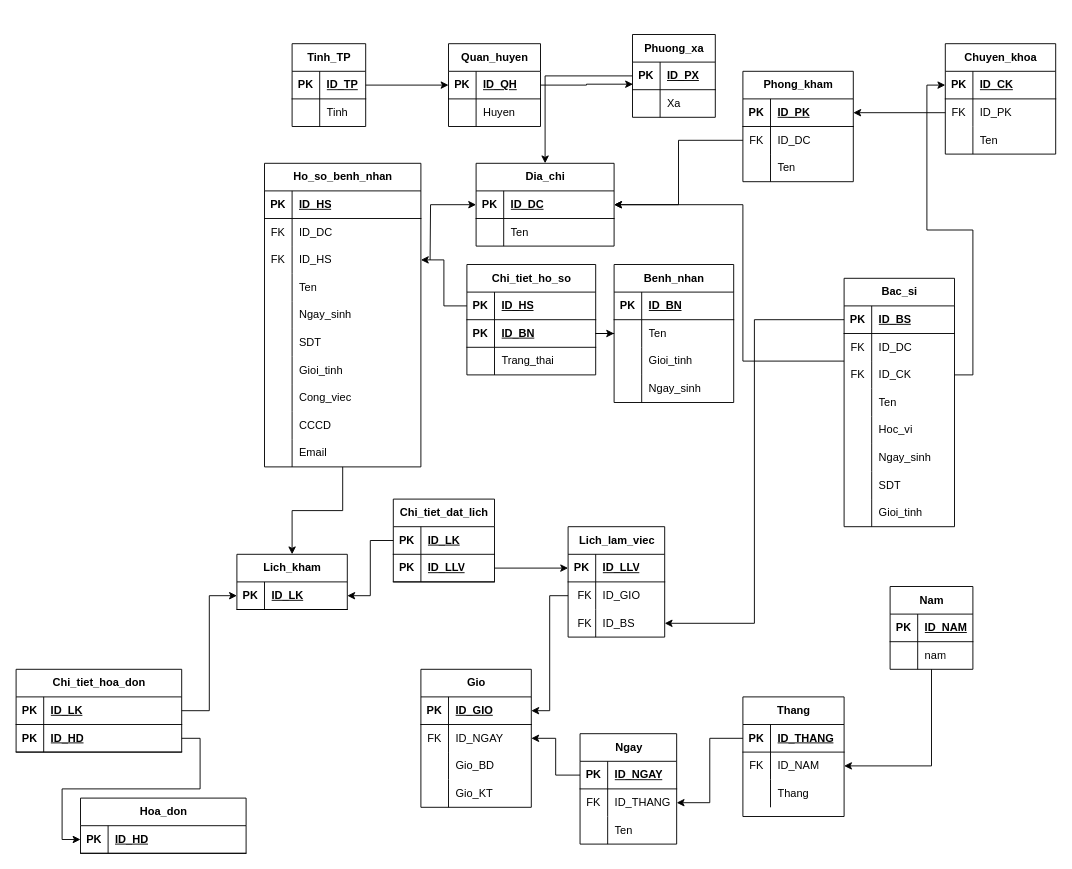
Before: Untitled1 Diagram.drawio in PhuThuan/test1, a draw.io diagram. Source tidied: cells renumbered, new cells numbered last; positions are measured from the earlier drawing's top-left corner, leaving out a move shared by most shapes. Both pictures are drawn from the tidied source at 92%, with x=0, y=0 at pixel (16, 34).
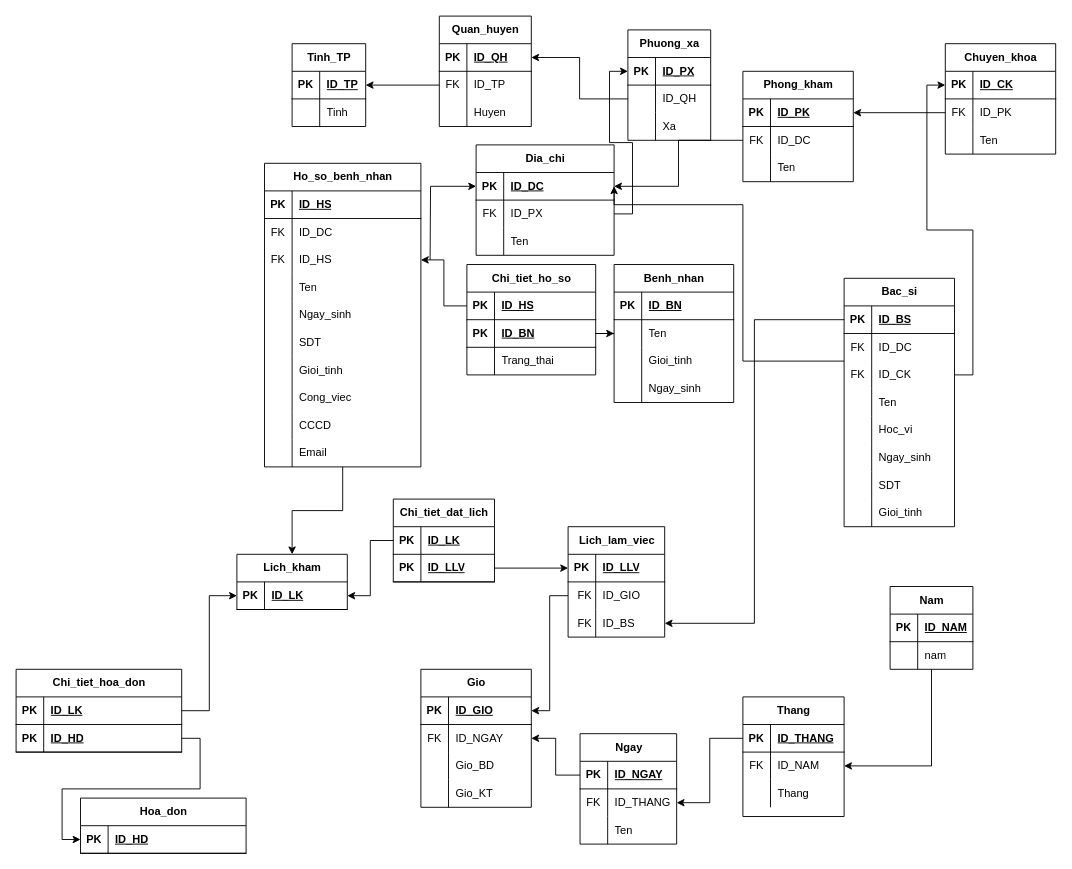
The same diagram, later.

The change refers to these unchanged cells:
```xml
<mxCell id="3" value="Tinh_TP" style="shape=table;startSize=30;childLayout=tableLayout;rowLines=0;fontStyle=1;align=center;html=1;" parent="1" vertex="1">
  <mxGeometry x="300" y="10" width="80" height="90" as="geometry" />
</mxCell>
<mxCell id="4" style="shape=tableRow;horizontal=0;startSize=0;swimlaneHead=0;swimlaneBody=0;fillColor=none;points=[[0,0.5],[1,0.5]];portConstraint=eastwest;top=0;left=0;right=0;bottom=1;" parent="3" vertex="1">
  <mxGeometry y="30" width="80" height="30" as="geometry" />
</mxCell>
<mxCell id="11" style="shape=tableRow;horizontal=0;startSize=0;swimlaneHead=0;swimlaneBody=0;fillColor=none;points=[[0,0.5],[1,0.5]];portConstraint=eastwest;top=0;left=0;right=0;bottom=1;" parent="10" vertex="1">
  <mxGeometry y="30" width="100" height="30" as="geometry" />
</mxCell>
<mxCell id="14" style="shape=tableRow;horizontal=0;startSize=0;swimlaneHead=0;swimlaneBody=0;fillColor=none;points=[[0,0.5],[1,0.5]];portConstraint=eastwest;top=0;left=0;right=0;bottom=0;" parent="10" vertex="1">
  <mxGeometry y="60" width="100" height="30" as="geometry" />
</mxCell>
<mxCell id="19" style="shape=tableRow;horizontal=0;startSize=0;swimlaneHead=0;swimlaneBody=0;fillColor=none;points=[[0,0.5],[1,0.5]];portConstraint=eastwest;top=0;left=0;right=0;bottom=1;" parent="18" vertex="1">
  <mxGeometry y="30" width="90" height="30" as="geometry" />
</mxCell>
<mxCell id="22" style="shape=tableRow;horizontal=0;startSize=0;swimlaneHead=0;swimlaneBody=0;fillColor=none;points=[[0,0.5],[1,0.5]];portConstraint=eastwest;top=0;left=0;right=0;bottom=0;" parent="18" vertex="1">
  <mxGeometry y="60" width="90" height="30" as="geometry" />
</mxCell>
<mxCell id="30" style="shape=tableRow;horizontal=0;startSize=0;swimlaneHead=0;swimlaneBody=0;fillColor=none;points=[[0,0.5],[1,0.5]];portConstraint=eastwest;top=0;left=0;right=0;bottom=0;" parent="26" vertex="1">
  <mxGeometry y="60" width="150" height="30" as="geometry" />
</mxCell>
```

Change to the diagram source:
```diff
@@
-    <mxCell id="2" style="edgeStyle=orthogonalEdgeStyle;rounded=0;jettySize=auto;html=1;entryX=0;entryY=0.5;entryDx=0;entryDy=0;" parent="1" edge="1" source="3" target="11">
-      <mxGeometry relative="1" as="geometry" />
-    </mxCell>
@@
     <mxCell id="10" value="Quan_huyen" style="shape=table;startSize=30;childLayout=tableLayout;rowLines=0;fontStyle=1;align=center;html=1;" parent="1" vertex="1">
-      <mxGeometry x="470" y="10" width="100" height="90" as="geometry" />
+      <mxGeometry x="460" y="-20" width="100" height="120" as="geometry" />
     </mxCell>
@@
-    <mxCell id="15" style="shape=partialRectangle;fillColor=none;top=0;left=0;bottom=0;right=0;overflow=hidden;whiteSpace=wrap;html=1;" parent="14" vertex="1">
+    <mxCell id="15" value="FK" style="shape=partialRectangle;fillColor=none;top=0;left=0;bottom=0;right=0;overflow=hidden;whiteSpace=wrap;html=1;" parent="14" vertex="1">
       <mxGeometry width="30" height="30" as="geometry" />
     </mxCell>
-    <mxCell id="16" value="Huyen" style="shape=partialRectangle;fillColor=none;top=0;left=0;bottom=0;right=0;align=left;spacingLeft=6;overflow=hidden;whiteSpace=wrap;html=1;" parent="14" vertex="1">
+    <mxCell id="16" value="ID_TP" style="shape=partialRectangle;fillColor=none;top=0;left=0;bottom=0;right=0;align=left;spacingLeft=6;overflow=hidden;whiteSpace=wrap;html=1;" parent="14" vertex="1">
       <mxGeometry x="30" width="70" height="30" as="geometry" />
     </mxCell>
-    <mxCell id="17" style="edgeStyle=orthogonalEdgeStyle;rounded=0;jettySize=auto;html=1;entryX=0.5;entryY=0;entryDx=0;entryDy=0;" parent="1" edge="1" source="18" target="26">
-      <mxGeometry relative="1" as="geometry" />
-    </mxCell>
+    <mxCell id="222" style="shape=tableRow;horizontal=0;startSize=0;swimlaneHead=0;swimlaneBody=0;fillColor=none;top=0;left=0;right=0;bottom=0;" parent="10" vertex="1">
+      <mxGeometry y="90" width="100" height="30" as="geometry" />
+    </mxCell>
+    <mxCell id="223" style="shape=partialRectangle;fillColor=none;top=0;left=0;bottom=0;right=0;overflow=hidden;whiteSpace=wrap;html=1;" parent="222" vertex="1">
+      <mxGeometry width="30" height="30" as="geometry" />
+    </mxCell>
+    <mxCell id="224" value="Huyen" style="shape=partialRectangle;fillColor=none;top=0;left=0;bottom=0;right=0;align=left;spacingLeft=6;overflow=hidden;whiteSpace=wrap;html=1;" parent="222" vertex="1">
+      <mxGeometry x="30" width="70" height="30" as="geometry" />
+    </mxCell>
     <mxCell id="18" value="Phuong_xa" style="shape=table;startSize=30;childLayout=tableLayout;rowLines=0;fontStyle=1;align=center;html=1;" parent="1" vertex="1">
-      <mxGeometry x="670" width="90" height="90" as="geometry" />
+      <mxGeometry x="665" y="-5" width="90" height="120" as="geometry" />
     </mxCell>
@@
-    <mxCell id="24" value="Xa" style="shape=partialRectangle;fillColor=none;top=0;left=0;bottom=0;right=0;align=left;spacingLeft=6;overflow=hidden;whiteSpace=wrap;html=1;" parent="22" vertex="1">
+    <mxCell id="24" value="ID_QH" style="shape=partialRectangle;fillColor=none;top=0;left=0;bottom=0;right=0;align=left;spacingLeft=6;overflow=hidden;whiteSpace=wrap;html=1;" parent="22" vertex="1">
       <mxGeometry x="30" width="60" height="30" as="geometry" />
     </mxCell>
-    <mxCell id="25" style="edgeStyle=orthogonalEdgeStyle;rounded=0;jettySize=auto;html=1;entryX=0.006;entryY=0.8;entryDx=0;entryDy=0;entryPerimeter=0;" parent="1" edge="1" source="10" target="19">
-      <mxGeometry relative="1" as="geometry" />
-    </mxCell>
+    <mxCell id="225" style="shape=tableRow;horizontal=0;startSize=0;swimlaneHead=0;swimlaneBody=0;fillColor=none;top=0;left=0;right=0;bottom=0;" parent="18" vertex="1">
+      <mxGeometry y="90" width="90" height="30" as="geometry" />
+    </mxCell>
+    <mxCell id="226" style="shape=partialRectangle;fillColor=none;top=0;left=0;bottom=0;right=0;overflow=hidden;whiteSpace=wrap;html=1;" parent="225" vertex="1">
+      <mxGeometry width="30" height="30" as="geometry" />
+    </mxCell>
+    <mxCell id="227" value="Xa" style="shape=partialRectangle;fillColor=none;top=0;left=0;bottom=0;right=0;align=left;spacingLeft=6;overflow=hidden;whiteSpace=wrap;html=1;" parent="225" vertex="1">
+      <mxGeometry x="30" width="60" height="30" as="geometry" />
+    </mxCell>
     <mxCell id="26" value="Dia_chi" style="shape=table;startSize=30;childLayout=tableLayout;rowLines=0;fontStyle=1;align=center;html=1;" parent="1" vertex="1">
-      <mxGeometry x="500" y="140" width="150" height="90" as="geometry" />
+      <mxGeometry x="500" y="120" width="150" height="120" as="geometry" />
     </mxCell>
@@
-    <mxCell id="31" style="shape=partialRectangle;fillColor=none;top=0;left=0;bottom=0;right=0;overflow=hidden;whiteSpace=wrap;html=1;" parent="30" vertex="1">
+    <mxCell id="31" value="FK" style="shape=partialRectangle;fillColor=none;top=0;left=0;bottom=0;right=0;overflow=hidden;whiteSpace=wrap;html=1;" parent="30" vertex="1">
       <mxGeometry width="30" height="30" as="geometry" />
     </mxCell>
-    <mxCell id="32" value="Ten" style="shape=partialRectangle;fillColor=none;top=0;left=0;bottom=0;right=0;align=left;spacingLeft=6;overflow=hidden;whiteSpace=wrap;html=1;" parent="30" vertex="1">
+    <mxCell id="32" value="ID_PX" style="shape=partialRectangle;fillColor=none;top=0;left=0;bottom=0;right=0;align=left;spacingLeft=6;overflow=hidden;whiteSpace=wrap;html=1;" parent="30" vertex="1">
       <mxGeometry x="30" width="120" height="30" as="geometry" />
     </mxCell>
+    <mxCell id="228" style="shape=tableRow;horizontal=0;startSize=0;swimlaneHead=0;swimlaneBody=0;fillColor=none;top=0;left=0;right=0;bottom=0;" parent="26" vertex="1">
+      <mxGeometry y="90" width="150" height="30" as="geometry" />
+    </mxCell>
+    <mxCell id="229" style="shape=partialRectangle;fillColor=none;top=0;left=0;bottom=0;right=0;overflow=hidden;whiteSpace=wrap;html=1;" parent="228" vertex="1">
+      <mxGeometry width="30" height="30" as="geometry" />
+    </mxCell>
+    <mxCell id="230" value="Ten" style="shape=partialRectangle;fillColor=none;top=0;left=0;bottom=0;right=0;align=left;spacingLeft=6;overflow=hidden;whiteSpace=wrap;html=1;" parent="228" vertex="1">
+      <mxGeometry x="30" width="120" height="30" as="geometry" />
+    </mxCell>
@@
+    <mxCell id="231" style="edgeStyle=orthogonalEdgeStyle;rounded=0;jettySize=auto;html=1;entryX=0;entryY=0.5;entryDx=0;entryDy=0;" parent="1" edge="1" source="30" target="19">
+      <mxGeometry relative="1" as="geometry" />
+    </mxCell>
+    <mxCell id="232" style="edgeStyle=orthogonalEdgeStyle;rounded=0;jettySize=auto;html=1;" parent="1" edge="1" source="22" target="11">
+      <mxGeometry relative="1" as="geometry" />
+    </mxCell>
+    <mxCell id="233" style="edgeStyle=orthogonalEdgeStyle;rounded=0;jettySize=auto;html=1;" parent="1" edge="1" source="14" target="4">
+      <mxGeometry relative="1" as="geometry" />
+    </mxCell>
```
